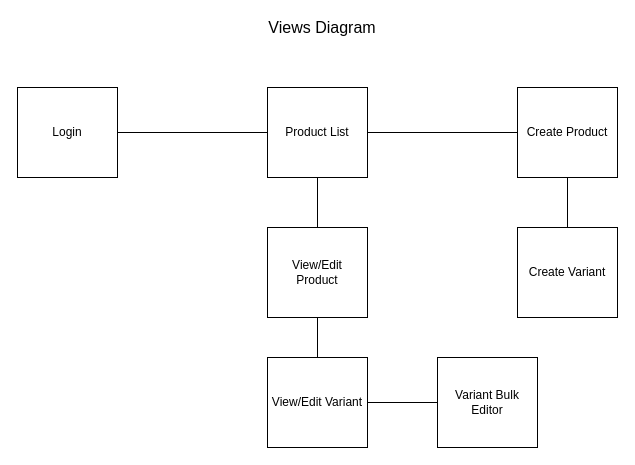
Before: ReChargeApiDocs/PIM View Diagrams.drawio in alexrsunrise/diagrams, a draw.io diagram. Source tidied: cells renumbered, new cells numbered last; positions are measured from the earlier drawing's top-left corner, leaving out a move shared by most shapes. Both pictures are drawn from the tidied source at 100%, with x=0, y=0 at pixel (17, 17).
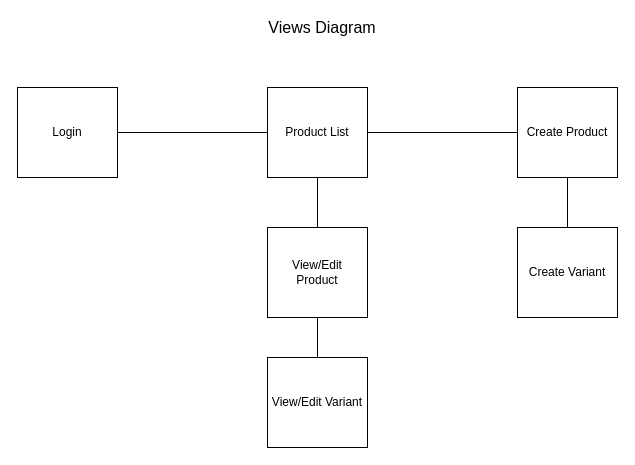
The same diagram, later.

The edit, as a diff of the source:
```diff
@@
 <mxGraphModel>
   <root>
     <mxCell id="0" />
     <mxCell id="1" parent="0" />
     <mxCell id="2" value="&lt;font style=&quot;font-size: 16px&quot;&gt;Views Diagram&lt;/font&gt;" style="text;html=1;strokeColor=none;fillColor=none;align=center;verticalAlign=middle;whiteSpace=wrap;rounded=0;" parent="1" vertex="1">
       <mxGeometry x="90" width="430" height="20" as="geometry" />
     </mxCell>
     <mxCell id="3" value="Login" style="whiteSpace=wrap;html=1;align=center;" parent="1" vertex="1">
       <mxGeometry y="70" width="100" height="90" as="geometry" />
     </mxCell>
     <mxCell id="4" value="Product List" style="whiteSpace=wrap;html=1;align=center;" parent="1" vertex="1">
       <mxGeometry x="250" y="70" width="100" height="90" as="geometry" />
     </mxCell>
     <mxCell id="5" value="Create Product" style="whiteSpace=wrap;html=1;align=center;" parent="1" vertex="1">
       <mxGeometry x="500" y="70" width="100" height="90" as="geometry" />
     </mxCell>
     <mxCell id="6" value="Create Variant" style="whiteSpace=wrap;html=1;align=center;" parent="1" vertex="1">
       <mxGeometry x="500" y="210" width="100" height="90" as="geometry" />
     </mxCell>
     <mxCell id="7" value="View/Edit&lt;br&gt;Product" style="whiteSpace=wrap;html=1;align=center;" parent="1" vertex="1">
       <mxGeometry x="250" y="210" width="100" height="90" as="geometry" />
     </mxCell>
     <mxCell id="8" value="View/Edit Variant" style="whiteSpace=wrap;html=1;align=center;" parent="1" vertex="1">
       <mxGeometry x="250" y="340" width="100" height="90" as="geometry" />
     </mxCell>
-    <mxCell id="9" value="Variant Bulk Editor" style="whiteSpace=wrap;html=1;align=center;" parent="1" vertex="1">
-      <mxGeometry x="420" y="340" width="100" height="90" as="geometry" />
-    </mxCell>
     <mxCell id="10" style="endArrow=none;html=1;entryX=0;entryY=0.5;entryDx=0;entryDy=0;exitX=1;exitY=0.5;exitDx=0;exitDy=0;" parent="1" edge="1" source="3" target="4">
       <mxGeometry relative="1" as="geometry" />
     </mxCell>
     <mxCell id="11" style="endArrow=none;html=1;entryX=0.5;entryY=1;entryDx=0;entryDy=0;" parent="1" edge="1" source="8" target="7">
       <mxGeometry relative="1" as="geometry" />
     </mxCell>
     <mxCell id="12" style="endArrow=none;html=1;entryX=0.5;entryY=1;entryDx=0;entryDy=0;exitX=0.5;exitY=0;exitDx=0;exitDy=0;" parent="1" edge="1" source="7" target="4">
       <mxGeometry relative="1" as="geometry" />
     </mxCell>
     <mxCell id="13" style="endArrow=none;html=1;entryX=0;entryY=0.5;entryDx=0;entryDy=0;exitX=1;exitY=0.5;exitDx=0;exitDy=0;" parent="1" edge="1" source="4" target="5">
       <mxGeometry relative="1" as="geometry" />
     </mxCell>
-    <mxCell id="14" style="endArrow=none;html=1;exitX=1;exitY=0.5;exitDx=0;exitDy=0;entryX=0;entryY=0.5;entryDx=0;entryDy=0;" parent="1" edge="1" source="8" target="9">
-      <mxGeometry relative="1" as="geometry" />
-    </mxCell>
     <mxCell id="15" style="endArrow=none;html=1;exitX=0.5;exitY=0;exitDx=0;exitDy=0;" parent="1" edge="1" source="6">
       <mxGeometry relative="1" as="geometry">
         <mxPoint x="550" y="160" as="targetPoint" />
       </mxGeometry>
     </mxCell>
   </root>
 </mxGraphModel>
```
